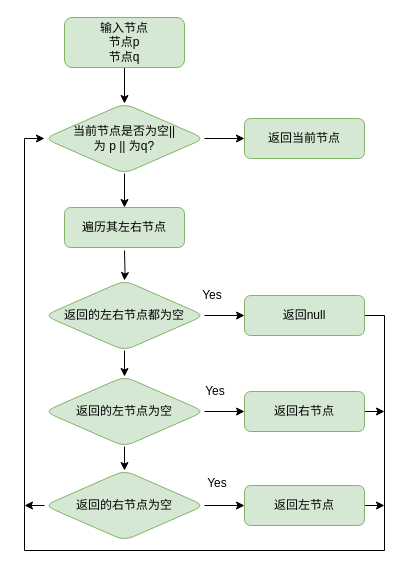
Above: page "二叉树的最近公共祖先" (3 of 3) of 2022055.drawio in HonyoLAN/telmy (draw.io), before the change. Source tidied: cells renumbered, new cells numbered last; positions are measured from the earlier drawing's top-left corner, leaving out a move shared by most shapes. Both pictures are drawn from the tidied source at 100%, with x=0, y=0 at pixel (24, 17).
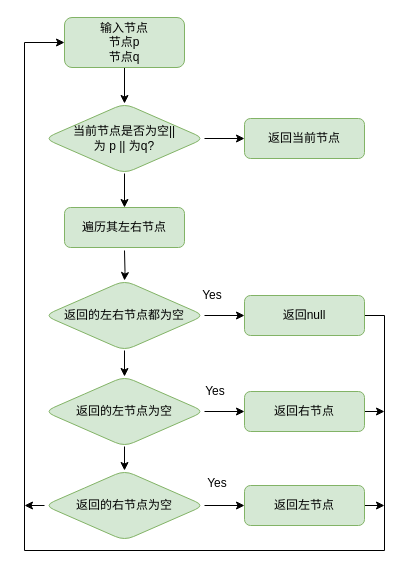
The same diagram, later.

Unchanged cells that the change refers to:
```xml
<mxCell id="3" value="输入节点&lt;br&gt;节点p&lt;br&gt;节点q" style="rounded=1;whiteSpace=wrap;html=1;fillColor=#d5e8d4;strokeColor=#82b366;" parent="1" vertex="1">
  <mxGeometry x="40" width="120" height="50" as="geometry" />
</mxCell>
<mxCell id="6" value="当前节点是否为空||&lt;br&gt;为 p || 为q?" style="rhombus;whiteSpace=wrap;html=1;fillColor=#d5e8d4;strokeColor=#82b366;rounded=1;" parent="1" vertex="1">
  <mxGeometry x="20" y="86" width="160" height="70" as="geometry" />
</mxCell>
<mxCell id="18" value="返回null" style="rounded=1;whiteSpace=wrap;html=1;fillColor=#d5e8d4;strokeColor=#82b366;" parent="1" vertex="1">
  <mxGeometry x="220" y="278" width="120" height="40" as="geometry" />
</mxCell>
```

What changed in the source:
```diff
@@
-    <mxCell id="17" style="edgeStyle=orthogonalEdgeStyle;rounded=0;jettySize=auto;html=1;exitX=1;exitY=0.5;exitDx=0;exitDy=0;entryX=0;entryY=0.5;entryDx=0;entryDy=0;" parent="1" edge="1" source="18" target="6">
+    <mxCell id="17" style="edgeStyle=orthogonalEdgeStyle;rounded=0;jettySize=auto;html=1;exitX=1;exitY=0.5;exitDx=0;exitDy=0;entryX=0;entryY=0.5;entryDx=0;entryDy=0;" parent="1" edge="1" source="18" target="3">
       <mxGeometry relative="1" as="geometry">
         <Array as="points">
           <mxPoint x="360" y="298" />
           <mxPoint x="360" y="533" />
           <mxPoint y="533" />
-          <mxPoint y="121" />
+          <mxPoint y="25" />
         </Array>
       </mxGeometry>
     </mxCell>
```
